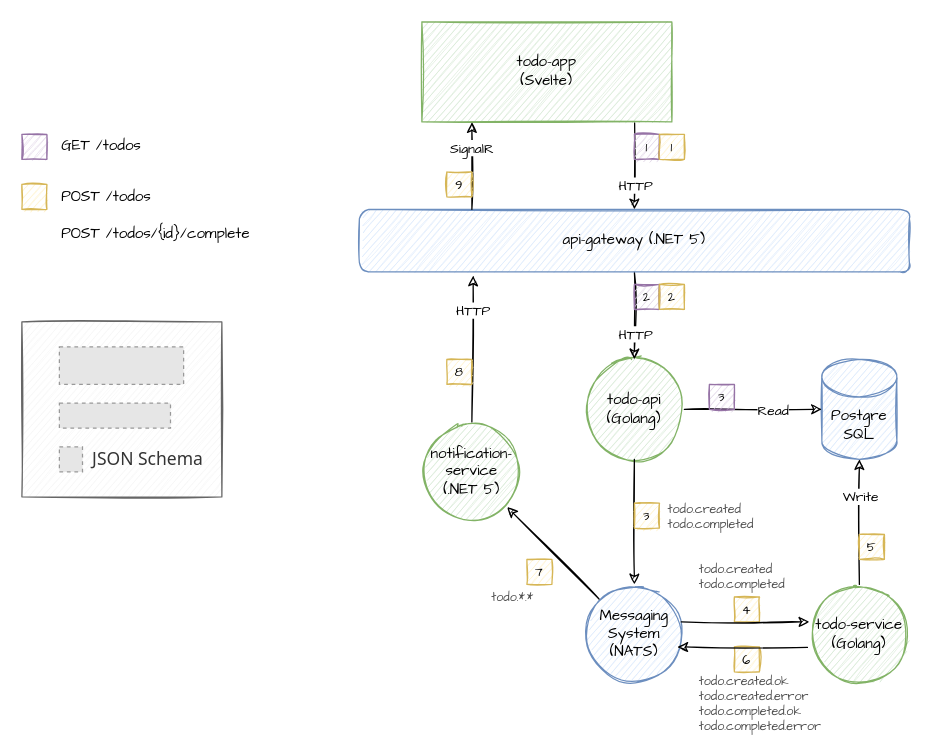
Above: page "Page-1" (1 of 2) of doc/architecture.drawio in heikkilamarko/todo-app (draw.io), before the change. Source tidied: cells renumbered, new cells numbered last; positions are measured from the earlier drawing's top-left corner, leaving out a move shared by most shapes. Both pictures are drawn from the tidied source at 125%, with x=0, y=0 at pixel (21, 21). Pictures stored in the file or linked from it are replaced by grey dashed boxes.
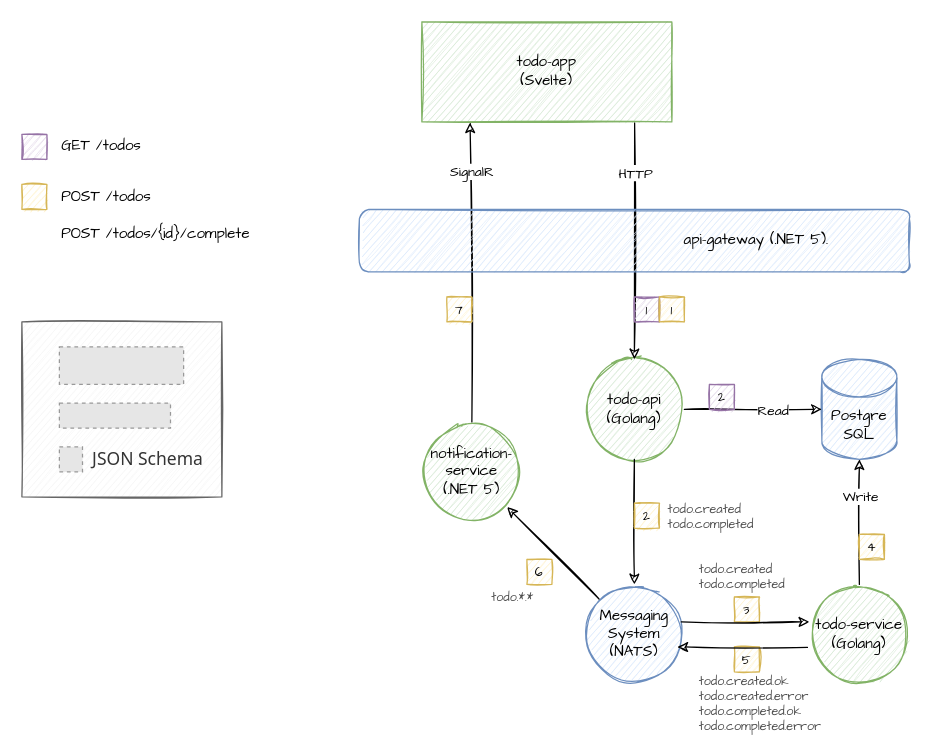
After the change.

Unchanged cells that the change refers to:
```xml
<mxCell id="2" value="todo-api&lt;br&gt;(Golang)" style="ellipse;whiteSpace=wrap;html=1;sketch=1;fontFamily=Comic Sans MS;fillColor=#d5e8d4;strokeColor=#82b366;labelBackgroundColor=none;" parent="1" vertex="1">
  <mxGeometry x="450" y="270" width="80" height="80" as="geometry" />
</mxCell>
<mxCell id="5" value="notification-service&lt;br&gt;(.NET 5)" style="ellipse;whiteSpace=wrap;html=1;sketch=1;fontFamily=Comic Sans MS;fillColor=#d5e8d4;strokeColor=#82b366;labelBackgroundColor=none;" parent="1" vertex="1">
  <mxGeometry x="320" y="320" width="80" height="80" as="geometry" />
</mxCell>
<mxCell id="16" value="todo-app&lt;br&gt;(Svelte)" style="rounded=0;whiteSpace=wrap;html=1;sketch=1;fontFamily=Comic Sans MS;fillColor=#d5e8d4;strokeColor=#82b366;labelBackgroundColor=none;" parent="1" vertex="1">
  <mxGeometry x="320" width="200" height="80" as="geometry" />
</mxCell>
```

Diff of the diagram source:
```diff
@@
-    <mxCell id="10" style="rounded=0;jettySize=auto;html=1;entryX=0.5;entryY=0;entryDx=0;entryDy=0;sketch=1;fontFamily=Comic Sans MS;" parent="1" edge="1" source="12" target="2">
-      <mxGeometry relative="1" as="geometry" />
-    </mxCell>
-    <mxCell id="11" value="HTTP" style="edgeLabel;html=1;align=center;verticalAlign=middle;fontFamily=Comic Sans MS;" parent="10" vertex="1">
-      <mxGeometry x="0.01" y="1" relative="1" as="geometry">
-        <mxPoint x="-1" y="14.5" as="offset" />
-      </mxGeometry>
-    </mxCell>
-    <mxCell id="12" value="api-gateway (.NET 5)" style="rounded=1;whiteSpace=wrap;html=1;sketch=1;fontFamily=Comic Sans MS;fillColor=#dae8fc;strokeColor=#6c8ebf;labelBackgroundColor=none;" parent="1" vertex="1">
-      <mxGeometry x="270" y="150" width="440" height="50" as="geometry" />
-    </mxCell>
@@
-    <mxCell id="14" style="edgeStyle=none;rounded=0;jettySize=auto;html=1;startArrow=none;startFill=0;exitX=0.851;exitY=1.009;exitDx=0;exitDy=0;sketch=1;fontFamily=Comic Sans MS;entryX=0.5;entryY=0;entryDx=0;entryDy=0;exitPerimeter=0;" parent="1" edge="1" source="16" target="12">
+    <mxCell id="14" style="edgeStyle=none;rounded=0;jettySize=auto;html=1;startArrow=none;startFill=0;exitX=0.851;exitY=1.009;exitDx=0;exitDy=0;sketch=1;fontFamily=Comic Sans MS;entryX=0.5;entryY=0;entryDx=0;entryDy=0;exitPerimeter=0;" parent="1" edge="1" source="16" target="2">
       <mxGeometry relative="1" as="geometry" />
     </mxCell>
-    <mxCell id="15" value="HTTP" style="edgeLabel;html=1;align=center;verticalAlign=middle;fontFamily=Comic Sans MS;" parent="14" vertex="1">
-      <mxGeometry x="0.27" relative="1" as="geometry">
-        <mxPoint y="5.5" as="offset" />
-      </mxGeometry>
-    </mxCell>
+    <mxCell id="52" value="HTTP" style="edgeLabel;html=1;align=center;verticalAlign=middle;fontFamily=Comic Sans MS;" parent="14" vertex="1">
+      <mxGeometry x="-0.58" relative="1" as="geometry" />
+    </mxCell>
@@
-    <mxCell id="17" style="rounded=0;sketch=1;jettySize=auto;html=1;entryX=0.2;entryY=1.004;entryDx=0;entryDy=0;startArrow=none;startFill=0;fontFamily=Comic Sans MS;entryPerimeter=0;" parent="1" edge="1" target="16">
-      <mxGeometry relative="1" as="geometry">
-        <mxPoint x="360" y="150" as="sourcePoint" />
-      </mxGeometry>
-    </mxCell>
-    <mxCell id="18" value="SignalR" style="edgeLabel;html=1;align=center;verticalAlign=middle;fontFamily=Comic Sans MS;" parent="17" vertex="1">
-      <mxGeometry x="0.05" y="1" relative="1" as="geometry">
-        <mxPoint y="-12.5" as="offset" />
-      </mxGeometry>
-    </mxCell>
@@
-    <mxCell id="26" style="rounded=0;jettySize=auto;html=1;entryX=0.207;entryY=1.06;entryDx=0;entryDy=0;sketch=1;fontFamily=Comic Sans MS;exitX=0.5;exitY=0;exitDx=0;exitDy=0;entryPerimeter=0;" parent="1" edge="1" source="5" target="12">
+    <mxCell id="26" style="rounded=0;jettySize=auto;html=1;entryX=0.193;entryY=1.006;entryDx=0;entryDy=0;sketch=1;fontFamily=Comic Sans MS;exitX=0.5;exitY=0;exitDx=0;exitDy=0;entryPerimeter=0;startArrow=none;startFill=0;" parent="1" edge="1" source="5" target="16">
       <mxGeometry relative="1" as="geometry" />
     </mxCell>
-    <mxCell id="27" value="HTTP" style="edgeLabel;html=1;align=center;verticalAlign=middle;fontFamily=Comic Sans MS;" parent="26" vertex="1">
-      <mxGeometry x="-0.06" y="-1" relative="1" as="geometry">
-        <mxPoint x="-1.5" y="-35" as="offset" />
-      </mxGeometry>
-    </mxCell>
+    <mxCell id="18" value="SignalR" style="edgeLabel;html=1;align=center;verticalAlign=middle;fontFamily=Comic Sans MS;" parent="26" vertex="1">
+      <mxGeometry x="0.67" y="-1" relative="1" as="geometry" />
+    </mxCell>
@@
-    <mxCell id="30" value="1" style="text;html=1;strokeColor=#9673a6;fillColor=#e1d5e7;align=center;verticalAlign=middle;whiteSpace=wrap;rounded=0;fontFamily=Comic Sans MS;fontSize=10;sketch=1;" parent="1" vertex="1">
-      <mxGeometry x="490" y="90" width="20" height="20" as="geometry" />
-    </mxCell>
-    <mxCell id="31" value="2" style="text;html=1;strokeColor=#9673a6;fillColor=#e1d5e7;align=center;verticalAlign=middle;whiteSpace=wrap;rounded=0;fontFamily=Comic Sans MS;fontSize=10;sketch=1;" parent="1" vertex="1">
-      <mxGeometry x="490" y="210" width="20" height="20" as="geometry" />
+    <mxCell id="31" value="1" style="text;html=1;strokeColor=#9673a6;fillColor=#e1d5e7;align=center;verticalAlign=middle;whiteSpace=wrap;rounded=0;fontFamily=Comic Sans MS;fontSize=10;sketch=1;" parent="1" vertex="1">
+      <mxGeometry x="490" y="220" width="20" height="20" as="geometry" />
     </mxCell>
-    <mxCell id="32" value="3" style="text;html=1;strokeColor=#9673a6;fillColor=#e1d5e7;align=center;verticalAlign=middle;whiteSpace=wrap;rounded=0;fontFamily=Comic Sans MS;fontSize=10;sketch=1;" parent="1" vertex="1">
+    <mxCell id="32" value="2" style="text;html=1;strokeColor=#9673a6;fillColor=#e1d5e7;align=center;verticalAlign=middle;whiteSpace=wrap;rounded=0;fontFamily=Comic Sans MS;fontSize=10;sketch=1;" parent="1" vertex="1">
       <mxGeometry x="550" y="290" width="20" height="20" as="geometry" />
     </mxCell>
-    <mxCell id="33" value="1" style="text;html=1;strokeColor=#d6b656;fillColor=#fff2cc;align=center;verticalAlign=middle;whiteSpace=wrap;rounded=0;fontFamily=Comic Sans MS;fontSize=10;sketch=1;" parent="1" vertex="1">
-      <mxGeometry x="510" y="90" width="20" height="20" as="geometry" />
-    </mxCell>
-    <mxCell id="34" value="2" style="text;html=1;strokeColor=#d6b656;fillColor=#fff2cc;align=center;verticalAlign=middle;whiteSpace=wrap;rounded=0;fontFamily=Comic Sans MS;fontSize=10;sketch=1;" parent="1" vertex="1">
-      <mxGeometry x="510" y="210" width="20" height="20" as="geometry" />
+    <mxCell id="34" value="1" style="text;html=1;strokeColor=#d6b656;fillColor=#fff2cc;align=center;verticalAlign=middle;whiteSpace=wrap;rounded=0;fontFamily=Comic Sans MS;fontSize=10;sketch=1;" parent="1" vertex="1">
+      <mxGeometry x="510" y="220" width="20" height="20" as="geometry" />
     </mxCell>
-    <mxCell id="35" value="3" style="text;html=1;strokeColor=#d6b656;fillColor=#fff2cc;align=center;verticalAlign=middle;whiteSpace=wrap;rounded=0;fontFamily=Comic Sans MS;fontSize=10;sketch=1;" parent="1" vertex="1">
+    <mxCell id="35" value="2" style="text;html=1;strokeColor=#d6b656;fillColor=#fff2cc;align=center;verticalAlign=middle;whiteSpace=wrap;rounded=0;fontFamily=Comic Sans MS;fontSize=10;sketch=1;" parent="1" vertex="1">
       <mxGeometry x="490" y="385" width="20" height="20" as="geometry" />
     </mxCell>
-    <mxCell id="36" value="4" style="text;html=1;strokeColor=#d6b656;fillColor=#fff2cc;align=center;verticalAlign=middle;whiteSpace=wrap;rounded=0;fontFamily=Comic Sans MS;fontSize=10;sketch=1;" parent="1" vertex="1">
+    <mxCell id="36" value="3" style="text;html=1;strokeColor=#d6b656;fillColor=#fff2cc;align=center;verticalAlign=middle;whiteSpace=wrap;rounded=0;fontFamily=Comic Sans MS;fontSize=10;sketch=1;" parent="1" vertex="1">
       <mxGeometry x="570" y="460" width="20" height="20" as="geometry" />
     </mxCell>
-    <mxCell id="37" value="5" style="text;html=1;strokeColor=#d6b656;fillColor=#fff2cc;align=center;verticalAlign=middle;whiteSpace=wrap;rounded=0;fontFamily=Comic Sans MS;fontSize=10;sketch=1;" parent="1" vertex="1">
+    <mxCell id="37" value="4" style="text;html=1;strokeColor=#d6b656;fillColor=#fff2cc;align=center;verticalAlign=middle;whiteSpace=wrap;rounded=0;fontFamily=Comic Sans MS;fontSize=10;sketch=1;" parent="1" vertex="1">
       <mxGeometry x="670" y="410" width="20" height="20" as="geometry" />
     </mxCell>
-    <mxCell id="38" value="6" style="text;html=1;strokeColor=#d6b656;fillColor=#fff2cc;align=center;verticalAlign=middle;whiteSpace=wrap;rounded=0;fontFamily=Comic Sans MS;fontSize=10;sketch=1;" parent="1" vertex="1">
+    <mxCell id="38" value="5" style="text;html=1;strokeColor=#d6b656;fillColor=#fff2cc;align=center;verticalAlign=middle;whiteSpace=wrap;rounded=0;fontFamily=Comic Sans MS;fontSize=10;sketch=1;" parent="1" vertex="1">
       <mxGeometry x="570" y="500" width="20" height="20" as="geometry" />
     </mxCell>
-    <mxCell id="39" value="7" style="text;html=1;strokeColor=#d6b656;fillColor=#fff2cc;align=center;verticalAlign=middle;whiteSpace=wrap;rounded=0;fontFamily=Comic Sans MS;fontSize=10;sketch=1;" parent="1" vertex="1">
+    <mxCell id="39" value="6" style="text;html=1;strokeColor=#d6b656;fillColor=#fff2cc;align=center;verticalAlign=middle;whiteSpace=wrap;rounded=0;fontFamily=Comic Sans MS;fontSize=10;sketch=1;" parent="1" vertex="1">
       <mxGeometry x="404" y="430" width="20" height="20" as="geometry" />
     </mxCell>
-    <mxCell id="40" value="8" style="text;html=1;strokeColor=#d6b656;fillColor=#fff2cc;align=center;verticalAlign=middle;whiteSpace=wrap;rounded=0;fontFamily=Comic Sans MS;fontSize=10;sketch=1;" parent="1" vertex="1">
-      <mxGeometry x="340" y="270" width="20" height="20" as="geometry" />
+    <mxCell id="40" value="7" style="text;html=1;strokeColor=#d6b656;fillColor=#fff2cc;align=center;verticalAlign=middle;whiteSpace=wrap;rounded=0;fontFamily=Comic Sans MS;fontSize=10;sketch=1;" parent="1" vertex="1">
+      <mxGeometry x="340" y="220" width="20" height="20" as="geometry" />
     </mxCell>
-    <mxCell id="41" value="9" style="text;html=1;strokeColor=#d6b656;fillColor=#fff2cc;align=center;verticalAlign=middle;whiteSpace=wrap;rounded=0;fontFamily=Comic Sans MS;fontSize=10;sketch=1;" parent="1" vertex="1">
-      <mxGeometry x="340" y="120" width="20" height="20" as="geometry" />
-    </mxCell>
@@
+    <mxCell id="12" value="api-gateway (.NET 5).&amp;nbsp; &amp;nbsp; &amp;nbsp; &amp;nbsp; &amp;nbsp; &amp;nbsp; &amp;nbsp;" style="rounded=1;whiteSpace=wrap;html=1;sketch=1;fontFamily=Comic Sans MS;fillColor=#dae8fc;strokeColor=#6c8ebf;labelBackgroundColor=none;align=right;" parent="1" vertex="1">
+      <mxGeometry x="270" y="150" width="440" height="50" as="geometry" />
+    </mxCell>
```
